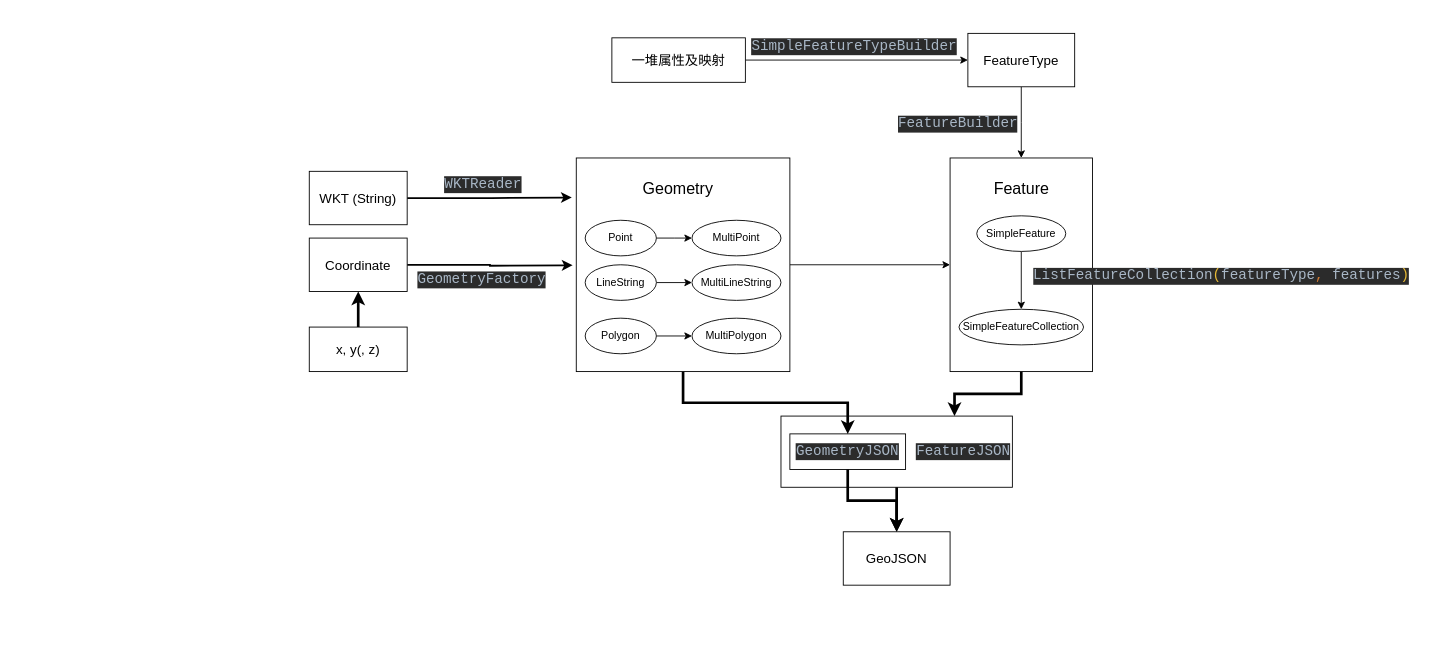
angzhijin/DrawIOProject keeps this draw.io diagram as webgis.drawio. Above is the earlier version. Source tidied: cells renumbered, new cells numbered last; positions are measured from the earlier drawing's top-left corner, leaving out a move shared by most shapes. Both pictures are drawn from the tidied source at 89%, with x=0, y=0 at pixel (309, 15).
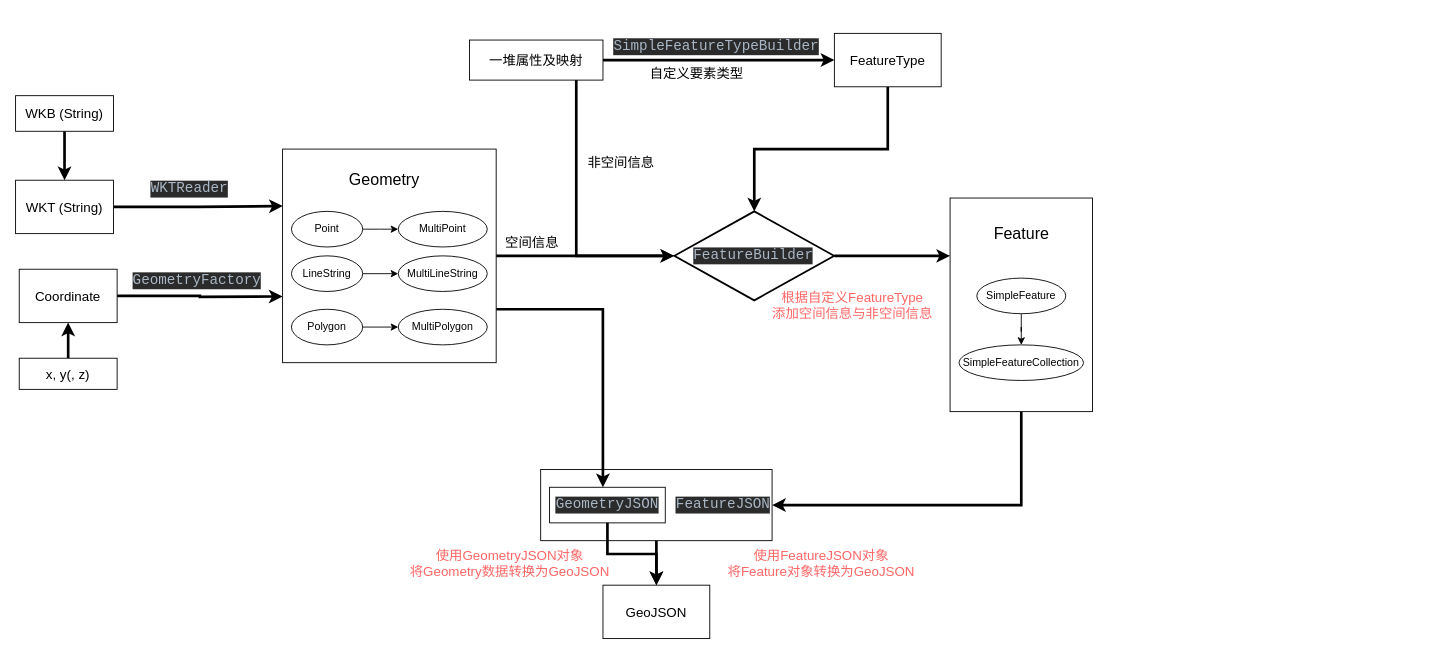
The same diagram, later.

Change to the diagram source:
```diff
@@
+    <mxCell id="41" style="edgeStyle=orthogonalEdgeStyle;rounded=0;jettySize=auto;html=1;strokeWidth=3;fontSize=15;" parent="1" edge="1" source="42">
+      <mxGeometry relative="1" as="geometry">
+        <mxPoint x="720" y="270" as="targetPoint" />
+      </mxGeometry>
+    </mxCell>
+    <mxCell id="42" style="strokeWidth=2;html=1;shape=mxgraph.flowchart.decision;whiteSpace=wrap;strokeColor=default;fontSize=15;" parent="1" vertex="1">
+      <mxGeometry x="410" y="220" width="180" height="100" as="geometry" />
+    </mxCell>
-    <mxCell id="2" style="edgeStyle=orthogonalEdgeStyle;rounded=0;jettySize=auto;html=1;fontSize=15;" parent="1" edge="1" source="4" target="24">
+    <mxCell id="2" style="edgeStyle=orthogonalEdgeStyle;rounded=0;jettySize=auto;html=1;fontSize=15;strokeWidth=3;entryX=0;entryY=0.5;entryDx=0;entryDy=0;entryPerimeter=0;" parent="1" edge="1" source="4" target="42">
       <mxGeometry relative="1" as="geometry" />
     </mxCell>
-    <mxCell id="3" style="edgeStyle=orthogonalEdgeStyle;rounded=0;jettySize=auto;html=1;fontSize=15;strokeWidth=3;" parent="1" edge="1" source="4" target="38">
+    <mxCell id="3" style="edgeStyle=orthogonalEdgeStyle;rounded=0;jettySize=auto;html=1;fontSize=15;strokeWidth=3;entryX=0.269;entryY=0.25;entryDx=0;entryDy=0;entryPerimeter=0;exitX=1;exitY=0.75;exitDx=0;exitDy=0;" parent="1" edge="1" source="4" target="39">
       <mxGeometry relative="1" as="geometry" />
     </mxCell>
     <mxCell id="4" style="rounded=0;whiteSpace=wrap;html=1;" parent="1" vertex="1">
-      <mxGeometry x="300" y="160" width="240" height="240" as="geometry" />
+      <mxGeometry x="-30" y="150" width="240" height="240" as="geometry" />
     </mxCell>
     <mxCell id="5" style="edgeStyle=orthogonalEdgeStyle;rounded=0;jettySize=auto;html=1;" parent="1" edge="1" source="6">
       <mxGeometry relative="1" as="geometry">
-        <mxPoint x="430" y="250" as="targetPoint" />
+        <mxPoint x="100" y="240" as="targetPoint" />
       </mxGeometry>
     </mxCell>
     <mxCell id="6" value="Point" style="ellipse;whiteSpace=wrap;html=1;" parent="1" vertex="1">
-      <mxGeometry x="310" y="230" width="80" height="40" as="geometry" />
+      <mxGeometry x="-20" y="220" width="80" height="40" as="geometry" />
     </mxCell>
@@
     <mxCell id="8" value="LineString" style="ellipse;whiteSpace=wrap;html=1;" parent="1" vertex="1">
-      <mxGeometry x="310" y="280" width="80" height="40" as="geometry" />
+      <mxGeometry x="-20" y="270" width="80" height="40" as="geometry" />
     </mxCell>
@@
     <mxCell id="10" value="Polygon" style="ellipse;whiteSpace=wrap;html=1;" parent="1" vertex="1">
-      <mxGeometry x="310" y="340" width="80" height="40" as="geometry" />
+      <mxGeometry x="-20" y="330" width="80" height="40" as="geometry" />
     </mxCell>
     <mxCell id="11" value="MultiPoint" style="ellipse;whiteSpace=wrap;html=1;" parent="1" vertex="1">
-      <mxGeometry x="430" y="230" width="100" height="40" as="geometry" />
+      <mxGeometry x="100" y="220" width="100" height="40" as="geometry" />
     </mxCell>
     <mxCell id="12" value="MultiLineString" style="ellipse;whiteSpace=wrap;html=1;" parent="1" vertex="1">
-      <mxGeometry x="430" y="280" width="100" height="40" as="geometry" />
+      <mxGeometry x="100" y="270" width="100" height="40" as="geometry" />
     </mxCell>
     <mxCell id="13" value="MultiPolygon" style="ellipse;whiteSpace=wrap;html=1;" parent="1" vertex="1">
-      <mxGeometry x="430" y="340" width="100" height="40" as="geometry" />
+      <mxGeometry x="100" y="330" width="100" height="40" as="geometry" />
     </mxCell>
     <mxCell id="14" value="&lt;font style=&quot;font-size: 18px;&quot;&gt;Geometry&lt;/font&gt;" style="text;html=1;align=center;verticalAlign=middle;fillColor=none;strokeColor=none;rounded=0;" parent="1" vertex="1">
-      <mxGeometry x="364" y="175" width="100" height="40" as="geometry" />
+      <mxGeometry x="34" y="165" width="100" height="40" as="geometry" />
     </mxCell>
-    <mxCell id="15" style="edgeStyle=orthogonalEdgeStyle;rounded=0;jettySize=auto;html=1;fontSize=15;entryX=-0.021;entryY=0.185;entryDx=0;entryDy=0;entryPerimeter=0;strokeWidth=2;" parent="1" edge="1" source="16" target="4">
+    <mxCell id="15" style="edgeStyle=orthogonalEdgeStyle;rounded=0;jettySize=auto;html=1;fontSize=15;entryX=0.001;entryY=0.267;entryDx=0;entryDy=0;strokeWidth=3;entryPerimeter=0;" parent="1" edge="1" source="16" target="4">
       <mxGeometry relative="1" as="geometry" />
     </mxCell>
     <mxCell id="16" value="&lt;font style=&quot;font-size: 15px;&quot;&gt;WKT (String)&lt;/font&gt;" style="rounded=0;whiteSpace=wrap;html=1;fontSize=18;" parent="1" vertex="1">
-      <mxGeometry y="175" width="110" height="60" as="geometry" />
+      <mxGeometry x="-330" y="185" width="110" height="60" as="geometry" />
     </mxCell>
-    <mxCell id="17" style="edgeStyle=orthogonalEdgeStyle;rounded=0;jettySize=auto;html=1;fontSize=15;entryX=-0.017;entryY=0.669;entryDx=0;entryDy=0;entryPerimeter=0;strokeWidth=2;" parent="1" edge="1" source="18">
+    <mxCell id="17" style="edgeStyle=orthogonalEdgeStyle;rounded=0;jettySize=auto;html=1;fontSize=15;entryX=-0.017;entryY=0.669;entryDx=0;entryDy=0;entryPerimeter=0;strokeWidth=3;" parent="1" edge="1" source="18">
       <mxGeometry relative="1" as="geometry">
-        <mxPoint x="295.9" y="280.6" as="targetPoint" />
+        <mxPoint x="-30" y="315.6" as="targetPoint" />
       </mxGeometry>
     </mxCell>
     <mxCell id="18" value="&lt;font style=&quot;font-size: 15px;&quot;&gt;Coordinate&lt;/font&gt;" style="rounded=0;whiteSpace=wrap;html=1;fontSize=18;" parent="1" vertex="1">
-      <mxGeometry y="250" width="110" height="60" as="geometry" />
+      <mxGeometry x="-325.9" y="285" width="110" height="60" as="geometry" />
     </mxCell>
-    <mxCell id="19" value="&lt;pre style=&quot;background-color:#2b2b2b;color:#a9b7c6;font-family:'JetBrains Mono',monospace;font-size:12.0pt;&quot;&gt;WKTReader&lt;/pre&gt;" style="text;html=1;align=center;verticalAlign=middle;fillColor=none;strokeColor=none;rounded=0;fontSize=15;" parent="1" vertex="1">
-      <mxGeometry x="140" y="160" width="110" height="60" as="geometry" />
+    <mxCell id="19" value="&lt;pre style=&quot;background-color:#2b2b2b;color:#a9b7c6;font-family:'JetBrains Mono',monospace;font-size:12.0pt;&quot;&gt;WKTReader&lt;/pre&gt;" style="text;html=1;align=center;verticalAlign=middle;rounded=0;fontSize=15;" parent="1" vertex="1">
+      <mxGeometry x="-190" y="165" width="110" height="60" as="geometry" />
     </mxCell>
-    <mxCell id="20" value="&lt;pre style=&quot;background-color:#2b2b2b;color:#a9b7c6;font-family:'JetBrains Mono',monospace;font-size:12.0pt;&quot;&gt;GeometryFactory&lt;/pre&gt;" style="text;whiteSpace=wrap;html=1;fontSize=15;" parent="1" vertex="1">
-      <mxGeometry x="120" y="265" width="160" height="55" as="geometry" />
+    <mxCell id="20" value="&lt;pre style=&quot;background-color:#2b2b2b;color:#a9b7c6;font-family:'JetBrains Mono',monospace;font-size:12.0pt;&quot;&gt;GeometryFactory&lt;/pre&gt;" style="text;whiteSpace=wrap;html=1;fontSize=15;align=center;verticalAlign=middle;" parent="1" vertex="1">
+      <mxGeometry x="-205.9" y="285" width="160" height="25" as="geometry" />
     </mxCell>
@@
     <mxCell id="22" value="x, y(, z)" style="rounded=0;whiteSpace=wrap;html=1;fontSize=15;" parent="1" vertex="1">
-      <mxGeometry y="350" width="110" height="50" as="geometry" />
+      <mxGeometry x="-325.9" y="385" width="110" height="35" as="geometry" />
     </mxCell>
-    <mxCell id="23" style="edgeStyle=orthogonalEdgeStyle;rounded=0;jettySize=auto;html=1;fontSize=15;entryX=0.75;entryY=0;entryDx=0;entryDy=0;strokeWidth=3;" parent="1" edge="1" source="24" target="39">
-      <mxGeometry relative="1" as="geometry" />
+    <mxCell id="23" style="edgeStyle=orthogonalEdgeStyle;rounded=0;jettySize=auto;html=1;fontSize=15;strokeWidth=3;entryX=1;entryY=0.5;entryDx=0;entryDy=0;" parent="1" edge="1" source="24" target="39">
+      <mxGeometry relative="1" as="geometry">
+        <Array as="points">
+          <mxPoint x="800" y="550" />
+        </Array>
+      </mxGeometry>
     </mxCell>
     <mxCell id="24" style="rounded=0;whiteSpace=wrap;html=1;fontSize=15;" parent="1" vertex="1">
-      <mxGeometry x="720" y="160" width="160" height="240" as="geometry" />
+      <mxGeometry x="720" y="205" width="160" height="240" as="geometry" />
     </mxCell>
@@
     <mxCell id="26" value="SimpleFeature" style="ellipse;whiteSpace=wrap;html=1;" parent="1" vertex="1">
-      <mxGeometry x="750" y="225" width="100" height="40" as="geometry" />
+      <mxGeometry x="750" y="295" width="100" height="40" as="geometry" />
     </mxCell>
     <mxCell id="27" value="SimpleFeatureCollection" style="ellipse;whiteSpace=wrap;html=1;" parent="1" vertex="1">
-      <mxGeometry x="730" y="330" width="140" height="40" as="geometry" />
+      <mxGeometry x="730" y="370" width="140" height="40" as="geometry" />
     </mxCell>
     <mxCell id="28" value="&lt;font style=&quot;font-size: 18px;&quot;&gt;Feature&lt;/font&gt;" style="text;html=1;align=center;verticalAlign=middle;fillColor=none;strokeColor=none;rounded=0;" parent="1" vertex="1">
-      <mxGeometry x="755" y="175" width="90" height="40" as="geometry" />
+      <mxGeometry x="755" y="225" width="90" height="40" as="geometry" />
     </mxCell>
-    <mxCell id="29" style="edgeStyle=orthogonalEdgeStyle;rounded=0;jettySize=auto;html=1;fontSize=15;" parent="1" edge="1" source="30">
-      <mxGeometry relative="1" as="geometry">
-        <mxPoint x="800" y="160" as="targetPoint" />
-      </mxGeometry>
+    <mxCell id="29" style="edgeStyle=orthogonalEdgeStyle;rounded=0;jettySize=auto;html=1;fontSize=15;strokeWidth=3;entryX=0.5;entryY=0;entryDx=0;entryDy=0;entryPerimeter=0;" parent="1" edge="1" source="30" target="42">
+      <mxGeometry relative="1" as="geometry" />
     </mxCell>
     <mxCell id="30" value="FeatureType" style="rounded=0;whiteSpace=wrap;html=1;fontSize=15;" parent="1" vertex="1">
-      <mxGeometry x="740" y="20" width="120" height="60" as="geometry" />
+      <mxGeometry x="590" y="20" width="120" height="60" as="geometry" />
     </mxCell>
+    <mxCell id="32" style="edgeStyle=orthogonalEdgeStyle;rounded=0;jettySize=auto;html=1;fontSize=15;strokeWidth=3;" parent="1" edge="1" source="33" target="30">
+      <mxGeometry relative="1" as="geometry" />
+    </mxCell>
-    <mxCell id="31" value="&lt;pre style=&quot;background-color:#2b2b2b;color:#a9b7c6;font-family:'JetBrains Mono',monospace;font-size:12.0pt;&quot;&gt;FeatureBuilder&lt;/pre&gt;" style="text;whiteSpace=wrap;html=1;fontSize=15;" parent="1" vertex="1">
-      <mxGeometry x="660" y="90" width="140" height="40" as="geometry" />
+    <mxCell id="31" value="&lt;pre style=&quot;background-color:#2b2b2b;color:#a9b7c6;font-family:'JetBrains Mono',monospace;font-size:12.0pt;&quot;&gt;FeatureBuilder&lt;/pre&gt;" style="text;whiteSpace=wrap;html=1;fontSize=15;verticalAlign=middle;" parent="1" vertex="1">
+      <mxGeometry x="430" y="250" width="140" height="40" as="geometry" />
     </mxCell>
-    <mxCell id="32" style="edgeStyle=orthogonalEdgeStyle;rounded=0;jettySize=auto;html=1;fontSize=15;" parent="1" edge="1" source="33" target="30">
-      <mxGeometry relative="1" as="geometry" />
-    </mxCell>
+    <mxCell id="43" style="edgeStyle=orthogonalEdgeStyle;rounded=0;jettySize=auto;html=1;strokeWidth=3;fontSize=15;entryX=0;entryY=0.5;entryDx=0;entryDy=0;entryPerimeter=0;" parent="1" edge="1" source="33" target="42">
+      <mxGeometry relative="1" as="geometry">
+        <Array as="points">
+          <mxPoint x="300" y="270" />
+        </Array>
+      </mxGeometry>
+    </mxCell>
     <mxCell id="33" value="一堆属性及映射" style="rounded=0;whiteSpace=wrap;html=1;fontSize=15;" parent="1" vertex="1">
-      <mxGeometry x="340" y="25" width="150" height="50" as="geometry" />
+      <mxGeometry x="180" y="27.5" width="150" height="45" as="geometry" />
     </mxCell>
     <mxCell id="34" value="&lt;pre style=&quot;background-color:#2b2b2b;color:#a9b7c6;font-family:'JetBrains Mono',monospace;font-size:12.0pt;&quot;&gt;SimpleFeatureTypeBuilder&lt;/pre&gt;" style="text;whiteSpace=wrap;html=1;fontSize=15;verticalAlign=middle;align=center;" parent="1" vertex="1">
-      <mxGeometry x="495" width="235" height="70" as="geometry" />
+      <mxGeometry x="340" y="20" width="235" height="30" as="geometry" />
     </mxCell>
-    <mxCell id="35" value="&lt;pre style=&quot;background-color:#2b2b2b;color:#a9b7c6;font-family:'JetBrains Mono',monospace;font-size:12.0pt;&quot;&gt;ListFeatureCollection&lt;span style=&quot;color:#e8ba36;&quot;&gt;(&lt;/span&gt;featureType&lt;span style=&quot;color:#cc7832;&quot;&gt;, &lt;/span&gt;features&lt;span style=&quot;color:#e8ba36;&quot;&gt;)&lt;/span&gt;&lt;/pre&gt;" style="text;whiteSpace=wrap;html=1;fontSize=15;verticalAlign=middle;align=center;" parent="1" vertex="1">
-      <mxGeometry x="800" y="275" width="450" height="35" as="geometry" />
-    </mxCell>
     <mxCell id="36" value="GeoJSON" style="rounded=0;whiteSpace=wrap;html=1;fontSize=15;" parent="1" vertex="1">
-      <mxGeometry x="600" y="580" width="120" height="60" as="geometry" />
+      <mxGeometry x="330" y="640" width="120" height="60" as="geometry" />
     </mxCell>
@@
     <mxCell id="38" value="&lt;pre style=&quot;background-color: rgb(43, 43, 43); color: rgb(169, 183, 198); font-family: &amp;quot;JetBrains Mono&amp;quot;, monospace; font-size: 12pt; line-height: 1.2;&quot;&gt;GeometryJSON&lt;/pre&gt;" style="text;whiteSpace=wrap;html=1;fontSize=15;align=center;horizontal=1;verticalAlign=middle;strokeColor=default;" parent="1" vertex="1">
-      <mxGeometry x="540" y="470" width="130" height="40" as="geometry" />
+      <mxGeometry x="270" y="530" width="130" height="40" as="geometry" />
     </mxCell>
     <mxCell id="39" value="&lt;pre style=&quot;background-color:#2b2b2b;color:#a9b7c6;font-family:'JetBrains Mono',monospace;font-size:12.0pt;&quot;&gt;FeatureJSON&lt;/pre&gt;" style="text;whiteSpace=wrap;html=1;fontSize=15;strokeColor=default;align=right;verticalAlign=middle;" parent="1" vertex="1">
-      <mxGeometry x="530" y="450" width="260" height="80" as="geometry" />
+      <mxGeometry x="260" y="510" width="260" height="80" as="geometry" />
     </mxCell>
@@
+    <mxCell id="44" value="自定义要素类型" style="text;html=1;align=center;verticalAlign=middle;strokeColor=none;fillColor=none;fontSize=15;" parent="1" vertex="1">
+      <mxGeometry x="370" y="50" width="130" height="30" as="geometry" />
+    </mxCell>
+    <mxCell id="45" style="edgeStyle=orthogonalEdgeStyle;rounded=0;jettySize=auto;html=1;strokeWidth=3;fontSize=15;" parent="1" edge="1" source="46" target="16">
+      <mxGeometry relative="1" as="geometry" />
+    </mxCell>
+    <mxCell id="46" value="&lt;font style=&quot;font-size: 15px;&quot;&gt;WKB (String)&lt;/font&gt;" style="rounded=0;whiteSpace=wrap;html=1;fontSize=18;" parent="1" vertex="1">
+      <mxGeometry x="-330" y="90" width="110" height="40" as="geometry" />
+    </mxCell>
+    <mxCell id="47" value="非空间信息" style="text;html=1;align=center;verticalAlign=middle;strokeColor=none;fillColor=none;fontSize=15;" parent="1" vertex="1">
+      <mxGeometry x="300" y="150" width="100" height="30" as="geometry" />
+    </mxCell>
+    <mxCell id="48" value="&lt;font color=&quot;#ff6666&quot;&gt;根据自定义FeatureType&lt;br&gt;添加空间信息与非空间信息&lt;/font&gt;" style="text;html=1;align=center;verticalAlign=middle;strokeColor=none;fillColor=none;fontSize=15;" parent="1" vertex="1">
+      <mxGeometry x="510" y="300" width="200" height="50" as="geometry" />
+    </mxCell>
+    <mxCell id="49" value="使用GeometryJSON对象&lt;br&gt;将Geometry数据转换为GeoJSON" style="text;html=1;align=center;verticalAlign=middle;strokeColor=none;fillColor=none;fontSize=15;fontColor=#FF6666;" parent="1" vertex="1">
+      <mxGeometry x="100" y="590" width="250" height="50" as="geometry" />
+    </mxCell>
+    <mxCell id="50" value="使用FeatureJSON对象&lt;br&gt;将Feature对象转换为GeoJSON" style="text;html=1;align=center;verticalAlign=middle;strokeColor=none;fillColor=none;fontSize=15;fontColor=#FF6666;" parent="1" vertex="1">
+      <mxGeometry x="460" y="590" width="230" height="50" as="geometry" />
+    </mxCell>
+    <mxCell id="51" value="空间信息" style="text;html=1;align=center;verticalAlign=middle;strokeColor=none;fillColor=none;fontSize=15;" parent="1" vertex="1">
+      <mxGeometry x="210" y="240" width="80" height="30" as="geometry" />
+    </mxCell>
```
